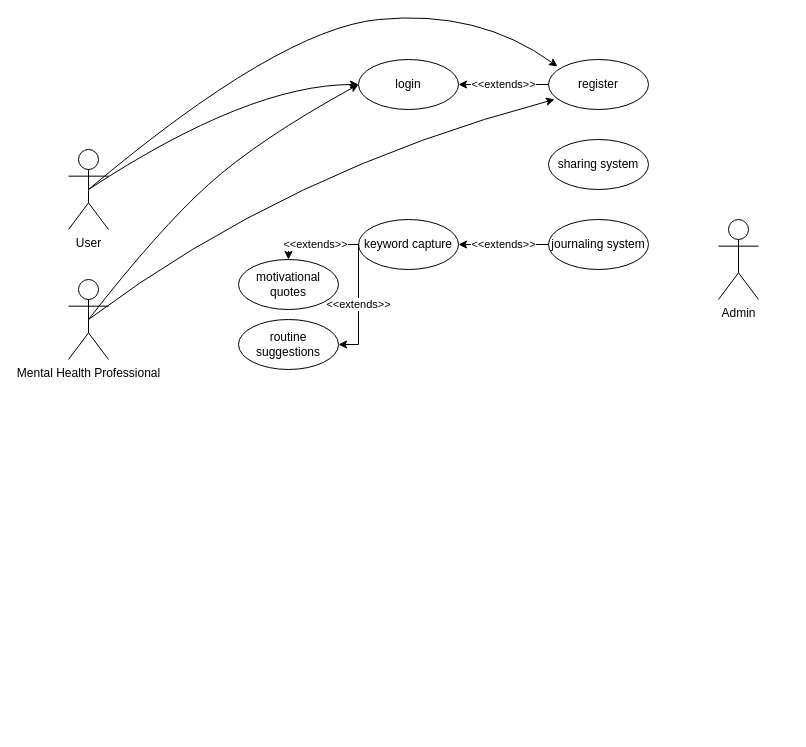
Earlier version of the draw.io diagram Untitled Diagram.drawio (sneekr-a/mental-health-app). Source tidied: cells renumbered, new cells numbered last; positions are measured from the earlier drawing's top-left corner, leaving out a move shared by most shapes. Both pictures are drawn from the tidied source at 100%, with x=0, y=0 at pixel (68, 9).
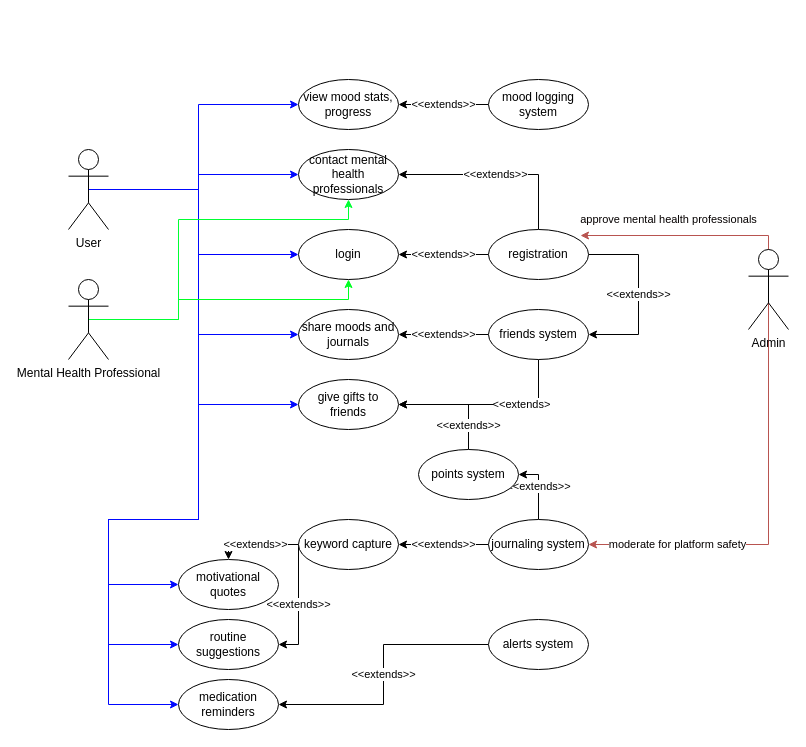
The same page after the edit.

The change refers to these unchanged cells:
```xml
<mxCell id="2" value="User" style="shape=umlActor;verticalLabelPosition=bottom;verticalAlign=top;html=1;outlineConnect=0;overflow=visible;" parent="1" vertex="1">
  <mxGeometry y="140" width="40" height="80" as="geometry" />
</mxCell>
<mxCell id="3" value="Mental Health Professional" style="shape=umlActor;verticalLabelPosition=bottom;verticalAlign=top;html=1;outlineConnect=0;overflow=visible;" parent="1" vertex="1">
  <mxGeometry y="270" width="40" height="80" as="geometry" />
</mxCell>
```

Change to the diagram source:
```diff
@@
+    <mxCell id="20" style="edgeStyle=orthogonalEdgeStyle;rounded=0;jettySize=auto;html=1;exitX=0.5;exitY=0.5;exitDx=0;exitDy=0;exitPerimeter=0;entryX=0;entryY=0.5;entryDx=0;entryDy=0;strokeColor=#0008FF;" parent="1" edge="1" source="2" target="42">
+      <mxGeometry relative="1" as="geometry">
+        <Array as="points">
+          <mxPoint x="130" y="180" />
+          <mxPoint x="130" y="165" />
+        </Array>
+      </mxGeometry>
+    </mxCell>
+    <mxCell id="8" style="edgeStyle=orthogonalEdgeStyle;rounded=0;jettySize=auto;html=1;exitX=0.5;exitY=0.5;exitDx=0;exitDy=0;exitPerimeter=0;entryX=0;entryY=0.5;entryDx=0;entryDy=0;strokeColor=#0000FF;" parent="1" edge="1" source="2" target="5">
+      <mxGeometry relative="1" as="geometry">
+        <Array as="points">
+          <mxPoint x="130" y="180" />
+          <mxPoint x="130" y="245" />
+        </Array>
+      </mxGeometry>
+    </mxCell>
+    <mxCell id="21" style="edgeStyle=orthogonalEdgeStyle;rounded=0;jettySize=auto;html=1;exitX=0.5;exitY=0.5;exitDx=0;exitDy=0;exitPerimeter=0;entryX=0;entryY=0.5;entryDx=0;entryDy=0;strokeColor=#0008FF;" parent="1" edge="1" source="2" target="10">
+      <mxGeometry relative="1" as="geometry">
+        <Array as="points">
+          <mxPoint x="130" y="180" />
+          <mxPoint x="130" y="325" />
+        </Array>
+      </mxGeometry>
+    </mxCell>
+    <mxCell id="22" style="edgeStyle=orthogonalEdgeStyle;rounded=0;jettySize=auto;html=1;exitX=0.5;exitY=0.5;exitDx=0;exitDy=0;exitPerimeter=0;entryX=0;entryY=0.5;entryDx=0;entryDy=0;strokeColor=#0008FF;" parent="1" edge="1" source="2" target="41">
+      <mxGeometry relative="1" as="geometry">
+        <Array as="points">
+          <mxPoint x="130" y="180" />
+          <mxPoint x="130" y="395" />
+        </Array>
+      </mxGeometry>
+    </mxCell>
+    <mxCell id="23" style="edgeStyle=orthogonalEdgeStyle;rounded=0;jettySize=auto;html=1;exitX=0.5;exitY=0.5;exitDx=0;exitDy=0;exitPerimeter=0;entryX=0;entryY=0.5;entryDx=0;entryDy=0;fontColor=#FF2E2E;strokeColor=#0008FF;" parent="1" edge="1" source="2" target="18">
+      <mxGeometry relative="1" as="geometry">
+        <Array as="points">
+          <mxPoint x="130" y="180" />
+          <mxPoint x="130" y="510" />
+          <mxPoint x="40" y="510" />
+          <mxPoint x="40" y="575" />
+        </Array>
+      </mxGeometry>
+    </mxCell>
+    <mxCell id="24" style="edgeStyle=orthogonalEdgeStyle;rounded=0;jettySize=auto;html=1;exitX=0.5;exitY=0.5;exitDx=0;exitDy=0;exitPerimeter=0;entryX=0;entryY=0.5;entryDx=0;entryDy=0;fontColor=#FF2E2E;strokeColor=#0008FF;" parent="1" edge="1" source="2" target="19">
+      <mxGeometry relative="1" as="geometry">
+        <Array as="points">
+          <mxPoint x="130" y="180" />
+          <mxPoint x="130" y="510" />
+          <mxPoint x="40" y="510" />
+          <mxPoint x="40" y="635" />
+        </Array>
+      </mxGeometry>
+    </mxCell>
+    <mxCell id="25" style="edgeStyle=orthogonalEdgeStyle;rounded=0;jettySize=auto;html=1;exitX=0.5;exitY=0.5;exitDx=0;exitDy=0;exitPerimeter=0;entryX=0;entryY=0.5;entryDx=0;entryDy=0;fontColor=#FF2E2E;strokeColor=#0008FF;" parent="1" edge="1" source="2" target="38">
+      <mxGeometry relative="1" as="geometry">
+        <Array as="points">
+          <mxPoint x="130" y="180" />
+          <mxPoint x="130" y="510" />
+          <mxPoint x="40" y="510" />
+          <mxPoint x="40" y="695" />
+        </Array>
+      </mxGeometry>
+    </mxCell>
+    <mxCell id="26" style="edgeStyle=orthogonalEdgeStyle;rounded=0;jettySize=auto;html=1;exitX=0.5;exitY=0.5;exitDx=0;exitDy=0;exitPerimeter=0;entryX=0;entryY=0.5;entryDx=0;entryDy=0;fontColor=#FF2E2E;strokeColor=#0008FF;" parent="1" edge="1" source="2" target="45">
+      <mxGeometry relative="1" as="geometry">
+        <Array as="points">
+          <mxPoint x="130" y="180" />
+          <mxPoint x="130" y="95" />
+        </Array>
+      </mxGeometry>
+    </mxCell>
@@
+    <mxCell id="9" style="edgeStyle=orthogonalEdgeStyle;rounded=0;jettySize=auto;html=1;exitX=0.5;exitY=0.5;exitDx=0;exitDy=0;exitPerimeter=0;entryX=0.5;entryY=1;entryDx=0;entryDy=0;fontColor=#FF2E2E;strokeColor=#00FF22;" parent="1" edge="1" source="3" target="5">
+      <mxGeometry relative="1" as="geometry">
+        <Array as="points">
+          <mxPoint x="110" y="310" />
+          <mxPoint x="110" y="290" />
+          <mxPoint x="280" y="290" />
+        </Array>
+      </mxGeometry>
+    </mxCell>
+    <mxCell id="27" style="edgeStyle=orthogonalEdgeStyle;rounded=0;jettySize=auto;html=1;exitX=0.5;exitY=0.5;exitDx=0;exitDy=0;exitPerimeter=0;entryX=0.5;entryY=1;entryDx=0;entryDy=0;fontColor=#FF2E2E;strokeColor=#00FF33;" parent="1" edge="1" source="3" target="42">
+      <mxGeometry relative="1" as="geometry">
+        <Array as="points">
+          <mxPoint x="110" y="310" />
+          <mxPoint x="110" y="210" />
+          <mxPoint x="280" y="210" />
+        </Array>
+      </mxGeometry>
+    </mxCell>
@@
+    <mxCell id="28" value="approve mental health professionals" style="edgeStyle=orthogonalEdgeStyle;rounded=0;jettySize=auto;html=1;exitX=0.5;exitY=0.5;exitDx=0;exitDy=0;exitPerimeter=0;entryX=0.92;entryY=0.12;entryDx=0;entryDy=0;entryPerimeter=0;fontColor=#050101;strokeColor=#b85450;fillColor=#f8cecc;" parent="1" edge="1" source="4" target="7">
+      <mxGeometry x="0.27" y="-16" relative="1" as="geometry">
+        <Array as="points">
+          <mxPoint x="700" y="226" />
+        </Array>
+      </mxGeometry>
+    </mxCell>
+    <mxCell id="29" value="moderate for platform safety" style="edgeStyle=orthogonalEdgeStyle;rounded=0;jettySize=auto;html=1;exitX=0.5;exitY=0.5;exitDx=0;exitDy=0;exitPerimeter=0;entryX=1;entryY=0.5;entryDx=0;entryDy=0;fontColor=#050101;strokeColor=#b85450;fillColor=#f8cecc;" parent="1" edge="1" source="4" target="14">
+      <mxGeometry x="0.59" relative="1" as="geometry">
+        <Array as="points">
+          <mxPoint x="700" y="535" />
+        </Array>
+      </mxGeometry>
+    </mxCell>
     <mxCell id="4" value="Admin" style="shape=umlActor;verticalLabelPosition=bottom;verticalAlign=top;html=1;outlineConnect=0;overflow=visible;" parent="1" vertex="1">
-      <mxGeometry x="650" y="210" width="40" height="80" as="geometry" />
+      <mxGeometry x="680" y="240" width="40" height="80" as="geometry" />
     </mxCell>
     <mxCell id="5" value="login" style="ellipse;whiteSpace=wrap;html=1;" parent="1" vertex="1">
-      <mxGeometry x="290" y="50" width="100" height="50" as="geometry" />
+      <mxGeometry x="230" y="220" width="100" height="50" as="geometry" />
     </mxCell>
@@
+    <mxCell id="30" value="&amp;lt;&amp;lt;extends&amp;gt;&amp;gt;" style="edgeStyle=orthogonalEdgeStyle;rounded=0;jettySize=auto;html=1;exitX=1;exitY=0.5;exitDx=0;exitDy=0;entryX=1;entryY=0.5;entryDx=0;entryDy=0;" parent="1" edge="1" source="7" target="35">
+      <mxGeometry relative="1" as="geometry">
+        <Array as="points">
+          <mxPoint x="570" y="245" />
+          <mxPoint x="570" y="325" />
+        </Array>
+      </mxGeometry>
+    </mxCell>
+    <mxCell id="31" value="&amp;lt;&amp;lt;extends&amp;gt;&amp;gt;" style="edgeStyle=orthogonalEdgeStyle;rounded=0;jettySize=auto;html=1;exitX=0.5;exitY=0;exitDx=0;exitDy=0;entryX=1;entryY=0.5;entryDx=0;entryDy=0;" parent="1" edge="1" source="7" target="42">
+      <mxGeometry relative="1" as="geometry" />
+    </mxCell>
-    <mxCell id="7" value="register" style="ellipse;whiteSpace=wrap;html=1;" parent="1" vertex="1">
-      <mxGeometry x="480" y="50" width="100" height="50" as="geometry" />
+    <mxCell id="7" value="registration" style="ellipse;whiteSpace=wrap;html=1;" parent="1" vertex="1">
+      <mxGeometry x="420" y="220" width="100" height="50" as="geometry" />
     </mxCell>
-    <mxCell id="8" style="curved=1;endArrow=classic;html=1;exitX=0.5;exitY=0.5;exitDx=0;exitDy=0;exitPerimeter=0;entryX=0;entryY=0.5;entryDx=0;entryDy=0;" parent="1" edge="1" source="2" target="5">
-      <mxGeometry relative="1" as="geometry">
-        <Array as="points">
-          <mxPoint x="180" y="75" />
-        </Array>
-      </mxGeometry>
-    </mxCell>
-    <mxCell id="9" style="curved=1;endArrow=classic;html=1;exitX=0.5;exitY=0.5;exitDx=0;exitDy=0;exitPerimeter=0;entryX=0;entryY=0.5;entryDx=0;entryDy=0;" parent="1" edge="1" source="3" target="5">
-      <mxGeometry relative="1" as="geometry">
-        <Array as="points">
-          <mxPoint x="90" y="220" />
-          <mxPoint x="190" y="130" />
-        </Array>
-      </mxGeometry>
-    </mxCell>
-    <mxCell id="10" value="sharing system" style="ellipse;whiteSpace=wrap;html=1;" parent="1" vertex="1">
-      <mxGeometry x="480" y="130" width="100" height="50" as="geometry" />
+    <mxCell id="10" value="share moods and journals" style="ellipse;whiteSpace=wrap;html=1;" parent="1" vertex="1">
+      <mxGeometry x="230" y="300" width="100" height="50" as="geometry" />
     </mxCell>
-    <mxCell id="11" style="curved=1;endArrow=classic;html=1;exitX=0.5;exitY=0.5;exitDx=0;exitDy=0;exitPerimeter=0;entryX=0.06;entryY=0.8;entryDx=0;entryDy=0;entryPerimeter=0;" parent="1" edge="1" source="3" target="7">
-      <mxGeometry relative="1" as="geometry">
-        <Array as="points">
-          <mxPoint x="220" y="160" />
-        </Array>
-      </mxGeometry>
-    </mxCell>
-    <mxCell id="12" style="curved=1;endArrow=classic;html=1;exitX=0.5;exitY=0.5;exitDx=0;exitDy=0;exitPerimeter=0;entryX=0.09;entryY=0.14;entryDx=0;entryDy=0;entryPerimeter=0;" parent="1" edge="1" source="2" target="7">
-      <mxGeometry relative="1" as="geometry">
-        <Array as="points">
-          <mxPoint x="210" y="20" />
-          <mxPoint x="410" />
-        </Array>
-      </mxGeometry>
-    </mxCell>
@@
+    <mxCell id="32" value="&amp;lt;&amp;lt;extends&amp;gt;&amp;gt;" style="edgeStyle=orthogonalEdgeStyle;rounded=0;jettySize=auto;html=1;exitX=0.5;exitY=0;exitDx=0;exitDy=0;entryX=1;entryY=0.5;entryDx=0;entryDy=0;" parent="1" edge="1" source="14" target="40">
+      <mxGeometry relative="1" as="geometry">
+        <Array as="points">
+          <mxPoint x="470" y="465" />
+        </Array>
+      </mxGeometry>
+    </mxCell>
     <mxCell id="14" value="journaling system" style="ellipse;whiteSpace=wrap;html=1;" parent="1" vertex="1">
-      <mxGeometry x="480" y="210" width="100" height="50" as="geometry" />
+      <mxGeometry x="420" y="510" width="100" height="50" as="geometry" />
     </mxCell>
     <mxCell id="15" value="&amp;lt;&amp;lt;extends&amp;gt;&amp;gt;" style="edgeStyle=orthogonalEdgeStyle;rounded=0;jettySize=auto;html=1;exitX=0;exitY=0.5;exitDx=0;exitDy=0;entryX=0.5;entryY=0;entryDx=0;entryDy=0;" parent="1" edge="1" source="17" target="18">
       <mxGeometry relative="1" as="geometry">
         <Array as="points">
-          <mxPoint x="220" y="235" />
+          <mxPoint x="160" y="535" />
         </Array>
       </mxGeometry>
     </mxCell>
     <mxCell id="16" value="&amp;lt;&amp;lt;extends&amp;gt;&amp;gt;" style="edgeStyle=orthogonalEdgeStyle;rounded=0;jettySize=auto;html=1;exitX=0;exitY=0.5;exitDx=0;exitDy=0;entryX=1;entryY=0.5;entryDx=0;entryDy=0;" parent="1" edge="1" source="17" target="19">
       <mxGeometry relative="1" as="geometry">
         <Array as="points">
-          <mxPoint x="290" y="335" />
+          <mxPoint x="230" y="635" />
         </Array>
       </mxGeometry>
     </mxCell>
     <mxCell id="17" value="keyword capture" style="ellipse;whiteSpace=wrap;html=1;" parent="1" vertex="1">
-      <mxGeometry x="290" y="210" width="100" height="50" as="geometry" />
+      <mxGeometry x="230" y="510" width="100" height="50" as="geometry" />
     </mxCell>
     <mxCell id="18" value="motivational quotes" style="ellipse;whiteSpace=wrap;html=1;" parent="1" vertex="1">
-      <mxGeometry x="170" y="250" width="100" height="50" as="geometry" />
+      <mxGeometry x="110" y="550" width="100" height="50" as="geometry" />
     </mxCell>
     <mxCell id="19" value="routine suggestions" style="ellipse;whiteSpace=wrap;html=1;" parent="1" vertex="1">
-      <mxGeometry x="170" y="310" width="100" height="50" as="geometry" />
+      <mxGeometry x="110" y="610" width="100" height="50" as="geometry" />
     </mxCell>
+    <mxCell id="33" value="&amp;lt;&amp;lt;extends&amp;gt;&amp;gt;" style="edgeStyle=orthogonalEdgeStyle;rounded=0;jettySize=auto;html=1;exitX=0;exitY=0.5;exitDx=0;exitDy=0;" parent="1" edge="1" source="35" target="10">
+      <mxGeometry relative="1" as="geometry" />
+    </mxCell>
+    <mxCell id="34" value="&amp;lt;&amp;lt;extends&amp;gt;" style="edgeStyle=orthogonalEdgeStyle;rounded=0;jettySize=auto;html=1;exitX=0.5;exitY=1;exitDx=0;exitDy=0;entryX=1;entryY=0.5;entryDx=0;entryDy=0;" parent="1" edge="1" source="35" target="41">
+      <mxGeometry x="-0.33" relative="1" as="geometry" />
+    </mxCell>
+    <mxCell id="35" value="friends system" style="ellipse;whiteSpace=wrap;html=1;" parent="1" vertex="1">
+      <mxGeometry x="420" y="300" width="100" height="50" as="geometry" />
+    </mxCell>
+    <mxCell id="36" value="&amp;lt;&amp;lt;extends&amp;gt;&amp;gt;" style="edgeStyle=orthogonalEdgeStyle;rounded=0;jettySize=auto;html=1;exitX=0;exitY=0.5;exitDx=0;exitDy=0;entryX=1;entryY=0.5;entryDx=0;entryDy=0;" parent="1" edge="1" source="37" target="38">
+      <mxGeometry relative="1" as="geometry" />
+    </mxCell>
+    <mxCell id="37" value="alerts system" style="ellipse;whiteSpace=wrap;html=1;" parent="1" vertex="1">
+      <mxGeometry x="420" y="610" width="100" height="50" as="geometry" />
+    </mxCell>
+    <mxCell id="38" value="medication reminders" style="ellipse;whiteSpace=wrap;html=1;" parent="1" vertex="1">
+      <mxGeometry x="110" y="670" width="100" height="50" as="geometry" />
+    </mxCell>
+    <mxCell id="39" value="&amp;lt;&amp;lt;extends&amp;gt;&amp;gt;" style="edgeStyle=orthogonalEdgeStyle;rounded=0;jettySize=auto;html=1;exitX=0.5;exitY=0;exitDx=0;exitDy=0;entryX=1;entryY=0.5;entryDx=0;entryDy=0;" parent="1" edge="1" source="40" target="41">
+      <mxGeometry x="-0.58" relative="1" as="geometry" />
+    </mxCell>
+    <mxCell id="40" value="points system" style="ellipse;whiteSpace=wrap;html=1;" parent="1" vertex="1">
+      <mxGeometry x="350" y="440" width="100" height="50" as="geometry" />
+    </mxCell>
+    <mxCell id="41" value="give gifts to friends" style="ellipse;whiteSpace=wrap;html=1;" parent="1" vertex="1">
+      <mxGeometry x="230" y="370" width="100" height="50" as="geometry" />
+    </mxCell>
+    <mxCell id="42" value="contact mental health professionals" style="ellipse;whiteSpace=wrap;html=1;" parent="1" vertex="1">
+      <mxGeometry x="230" y="140" width="100" height="50" as="geometry" />
+    </mxCell>
+    <mxCell id="43" value="&amp;lt;&amp;lt;extends&amp;gt;&amp;gt;" style="edgeStyle=orthogonalEdgeStyle;rounded=0;jettySize=auto;html=1;exitX=0;exitY=0.5;exitDx=0;exitDy=0;entryX=1;entryY=0.5;entryDx=0;entryDy=0;" parent="1" edge="1" source="44" target="45">
+      <mxGeometry relative="1" as="geometry" />
+    </mxCell>
+    <mxCell id="44" value="mood logging system" style="ellipse;whiteSpace=wrap;html=1;" parent="1" vertex="1">
+      <mxGeometry x="420" y="70" width="100" height="50" as="geometry" />
+    </mxCell>
+    <mxCell id="45" value="view mood stats, progress" style="ellipse;whiteSpace=wrap;html=1;" parent="1" vertex="1">
+      <mxGeometry x="230" y="70" width="100" height="50" as="geometry" />
+    </mxCell>
```
